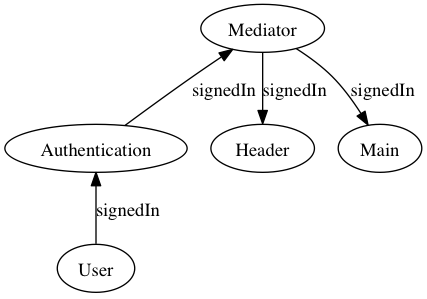
The Graphviz diagram doc/png/communication.png in r7kamura/qchan-web, before a commit. Its source is kept beside it as doc/dot/communication.dot.
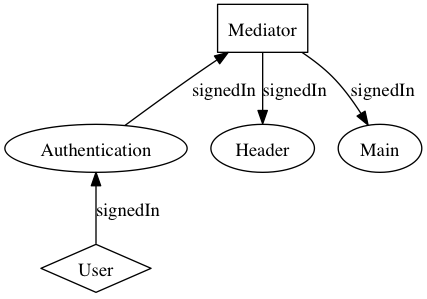
Above is the later version.

Commit message:
Change node shapes at communication picture

Diff of the diagram source:
```diff
@@ -6,5 +6,8 @@
   Mediator -> Header [ label = "signedIn" ]
   Mediator -> Main [ label = "signedIn" ]
 
+  Mediator [ shape = "box" ]
+  User [ shape = "diamond" ]
+
   { rank = same; Authentication; Header; Main }
 }
```
